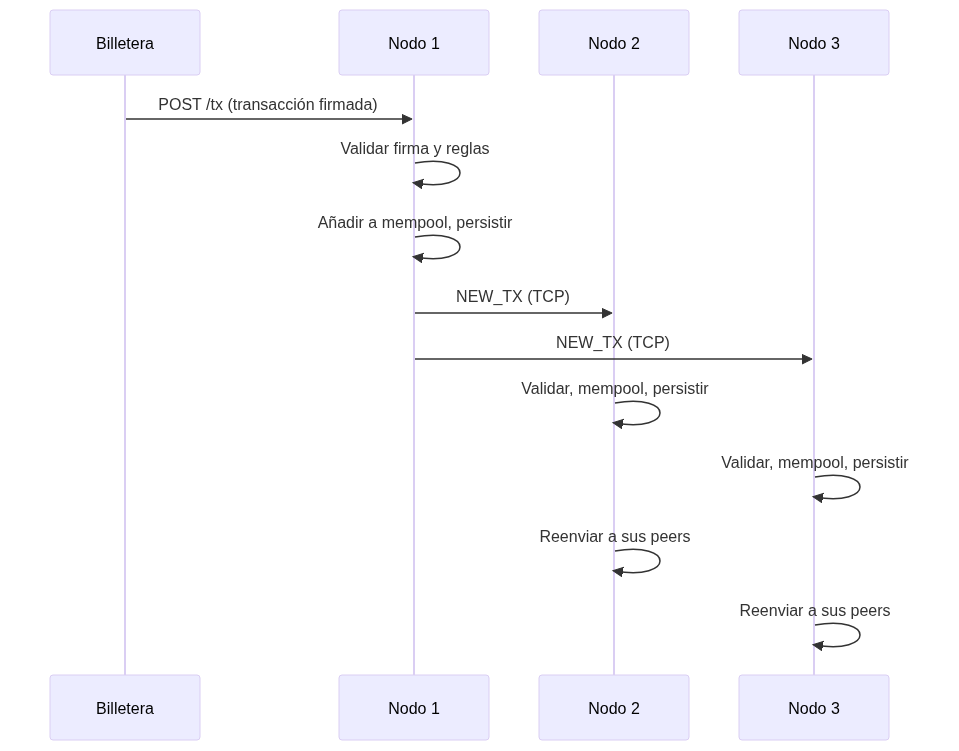
Earlier version of the Mermaid export diagramas/secuencia/secuencia-transaccion.png (Ignacio687/final_computacion_II). Its source is kept beside it as diagramas/secuencia/secuencia-transaccion.mmd.
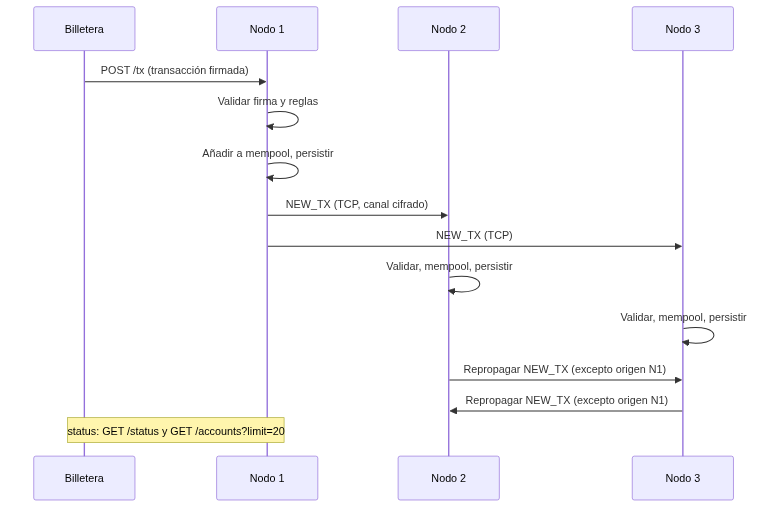
After the commit.

What changed in the source:
```diff
@@ -6,9 +6,10 @@
   B->>N1: POST /tx (transacción firmada)
   N1->>N1: Validar firma y reglas
   N1->>N1: Añadir a mempool, persistir
-  N1->>N2: NEW_TX (TCP)
+  N1->>N2: NEW_TX (TCP, canal cifrado)
   N1->>N3: NEW_TX (TCP)
   N2->>N2: Validar, mempool, persistir
   N3->>N3: Validar, mempool, persistir
-  N2->>N3: Repropagar NEW_TX (excepto al origen N1)
-  N3->>N2: Repropagar NEW_TX (excepto al origen N1)
+  N2->>N3: Repropagar NEW_TX (excepto origen N1)
+  N3->>N2: Repropagar NEW_TX (excepto origen N1)
+  Note over B,N1: status: GET /status y GET /accounts?limit=20
```
